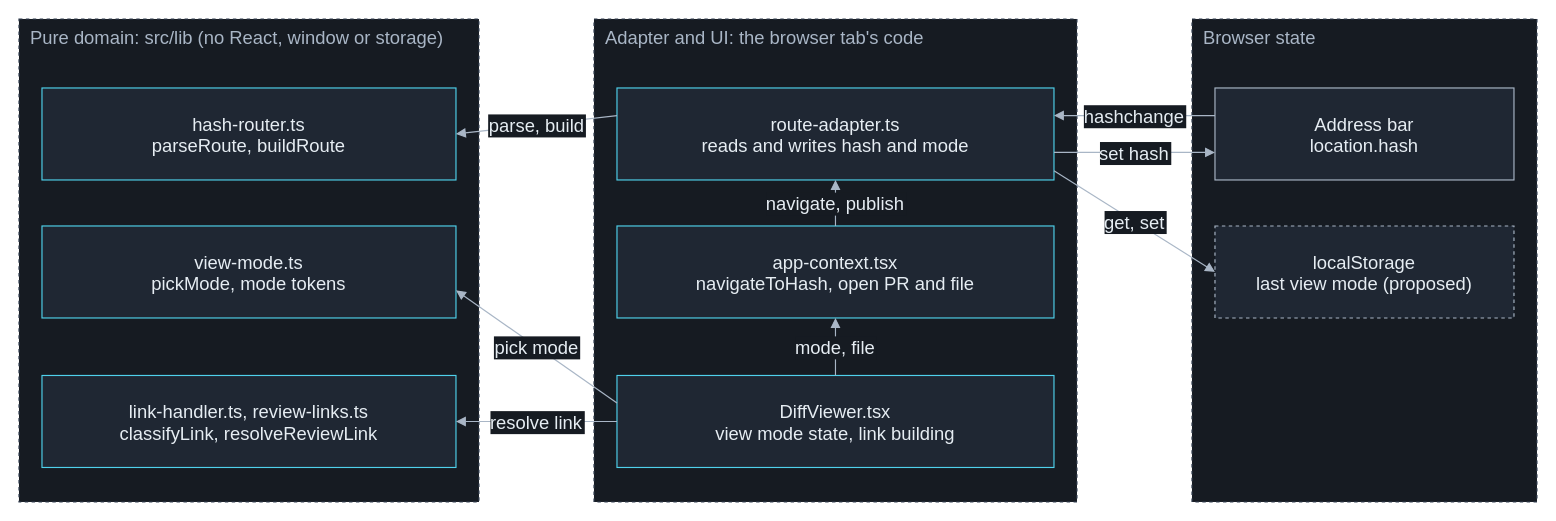
This is docs/assets/diagrams/l2-links-routing.drawio from mardoc-app/mardoc-app.github.io, a draw.io file, before an edit. Source tidied: cells renumbered, new cells numbered last; positions are measured from the earlier drawing's top-left corner, leaving out a move shared by most shapes. Both pictures are drawn from the tidied source at 115%, with x=0, y=0 at pixel (18, 18).
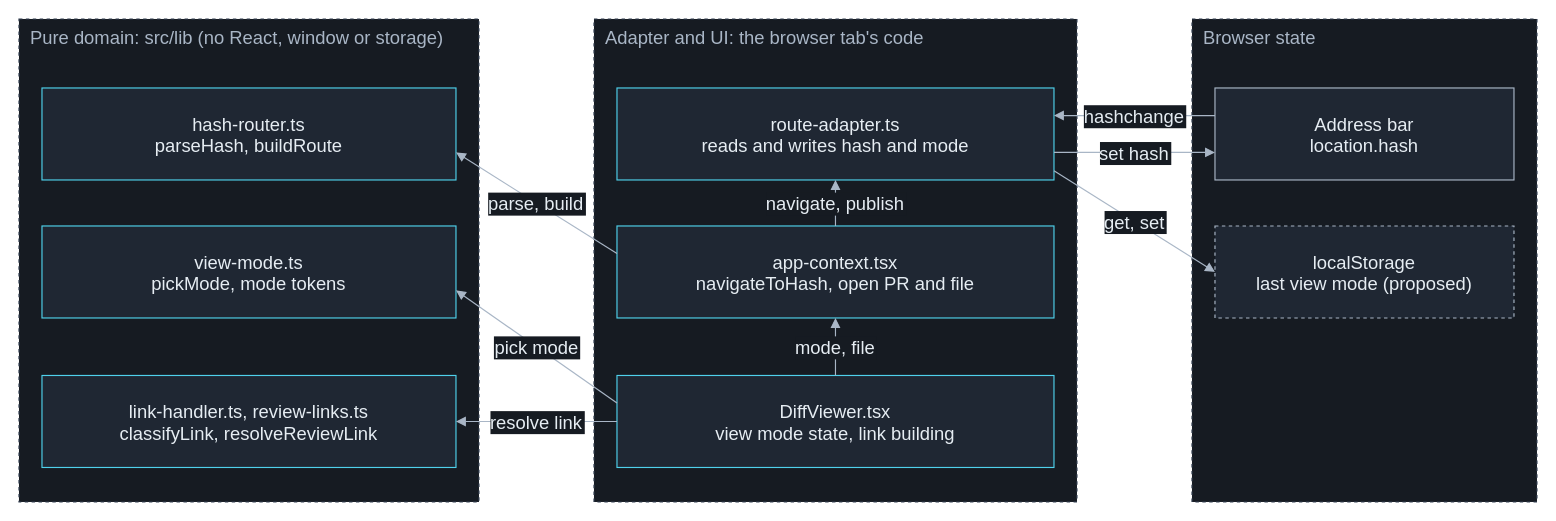
After the change.

Commit message (it also covers changes not shown here):
WP-12 review fixes: the L2 diagram matches the built adapter (WP12R-6)

- app-context, not the adapter, calls hash-router to parse and build; the
  adapter imports no other module. hash-router's box names parseHash.
  drawio, exported SVG and inline copy and label agree.
- Failures table and the order of work: a path not in the PR keeps the
  address as followed and names the path; source lines follow the code.

The change refers to these unchanged cells:
```xml
<mxCell id="8" value="route-adapter.ts&#10;reads and writes hash and mode" style="rounded=0;html=0;fillColor=#1f2733;strokeColor=#4fd1ec;fontColor=#e6edf3;fontSize=16;" parent="1" vertex="1">
  <mxGeometry x="520" y="60" width="380" height="80" as="geometry" />
</mxCell>
<mxCell id="9" value="app-context.tsx&#10;navigateToHash, open PR and file" style="rounded=0;html=0;fillColor=#1f2733;strokeColor=#4fd1ec;fontColor=#e6edf3;fontSize=16;" parent="1" vertex="1">
  <mxGeometry x="520" y="180" width="380" height="80" as="geometry" />
</mxCell>
```

The edit, as a diff of the source:
```diff
@@
-    <mxCell id="5" value="hash-router.ts&#10;parseRoute, buildRoute" style="rounded=0;html=0;fillColor=#1f2733;strokeColor=#4fd1ec;fontColor=#e6edf3;fontSize=16;" parent="1" vertex="1">
+    <mxCell id="5" value="hash-router.ts&#10;parseHash, buildRoute" style="rounded=0;html=0;fillColor=#1f2733;strokeColor=#4fd1ec;fontColor=#e6edf3;fontSize=16;" parent="1" vertex="1">
       <mxGeometry x="20" y="60" width="360" height="80" as="geometry" />
     </mxCell>
@@
-    <mxCell id="15" value="parse, build" style="html=0;strokeColor=#a9b6c6;fontColor=#e6edf3;labelBackgroundColor=#161b22;endArrow=block;endFill=1;fontSize=16;exitX=0;exitY=0.3;entryX=1;entryY=0.5;" parent="1" edge="1" source="8" target="5">
+    <mxCell id="15" value="parse, build" style="html=0;strokeColor=#a9b6c6;fontColor=#e6edf3;labelBackgroundColor=#161b22;endArrow=block;endFill=1;fontSize=16;exitX=0;exitY=0.3;entryX=1;entryY=0.7;" parent="1" edge="1" source="9" target="5">
       <mxGeometry relative="1" as="geometry" />
     </mxCell>
```
